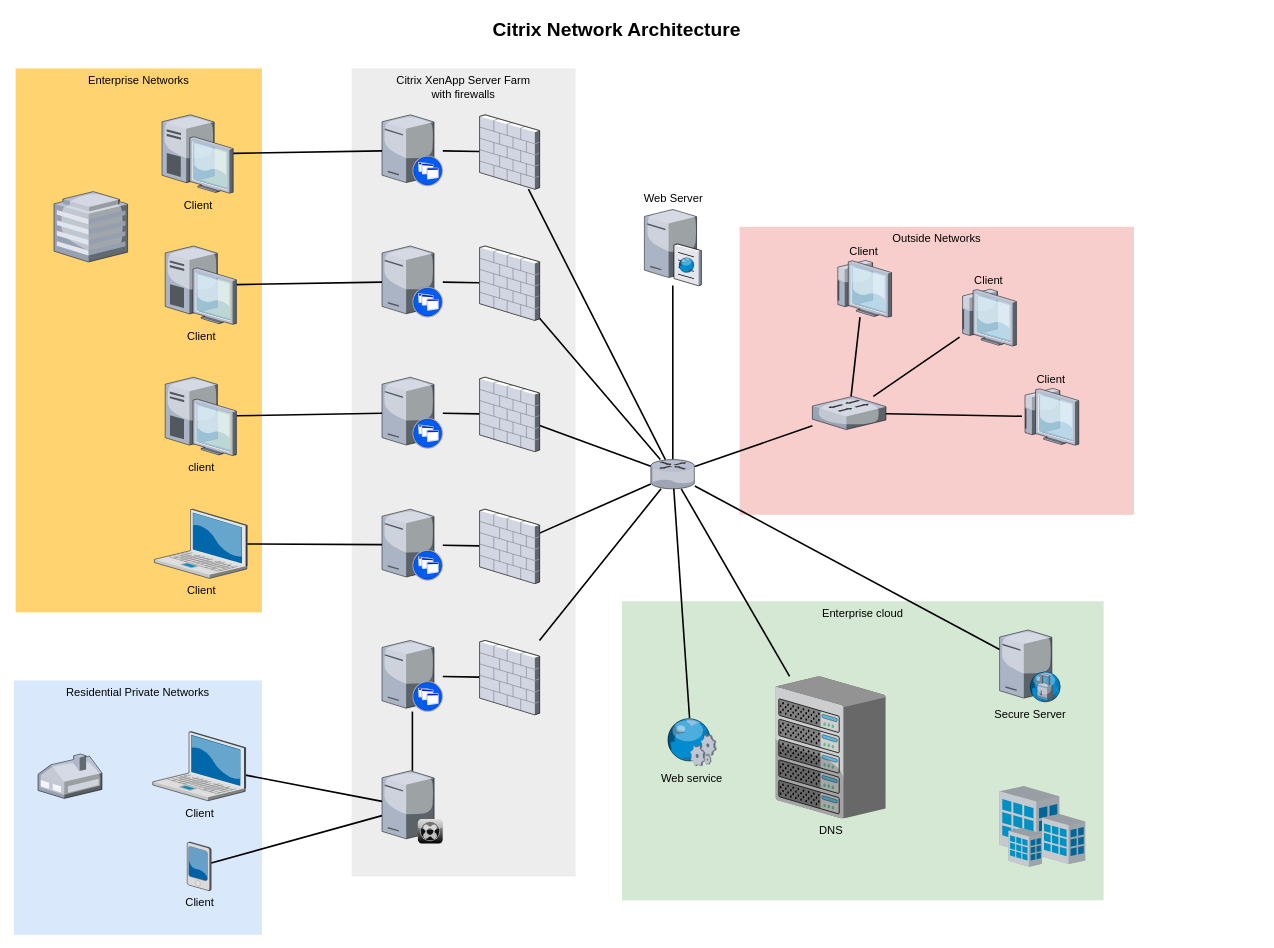
Earlier version of the draw.io diagram Untitled Diagram.drawio (Tamimjabr/security-system-diagram). Source tidied: cells renumbered, new cells numbered last; positions are measured from the earlier drawing's top-left corner, leaving out a move shared by most shapes. Both pictures are drawn from the tidied source at 80%, with x=0, y=0 at pixel (14, 14).
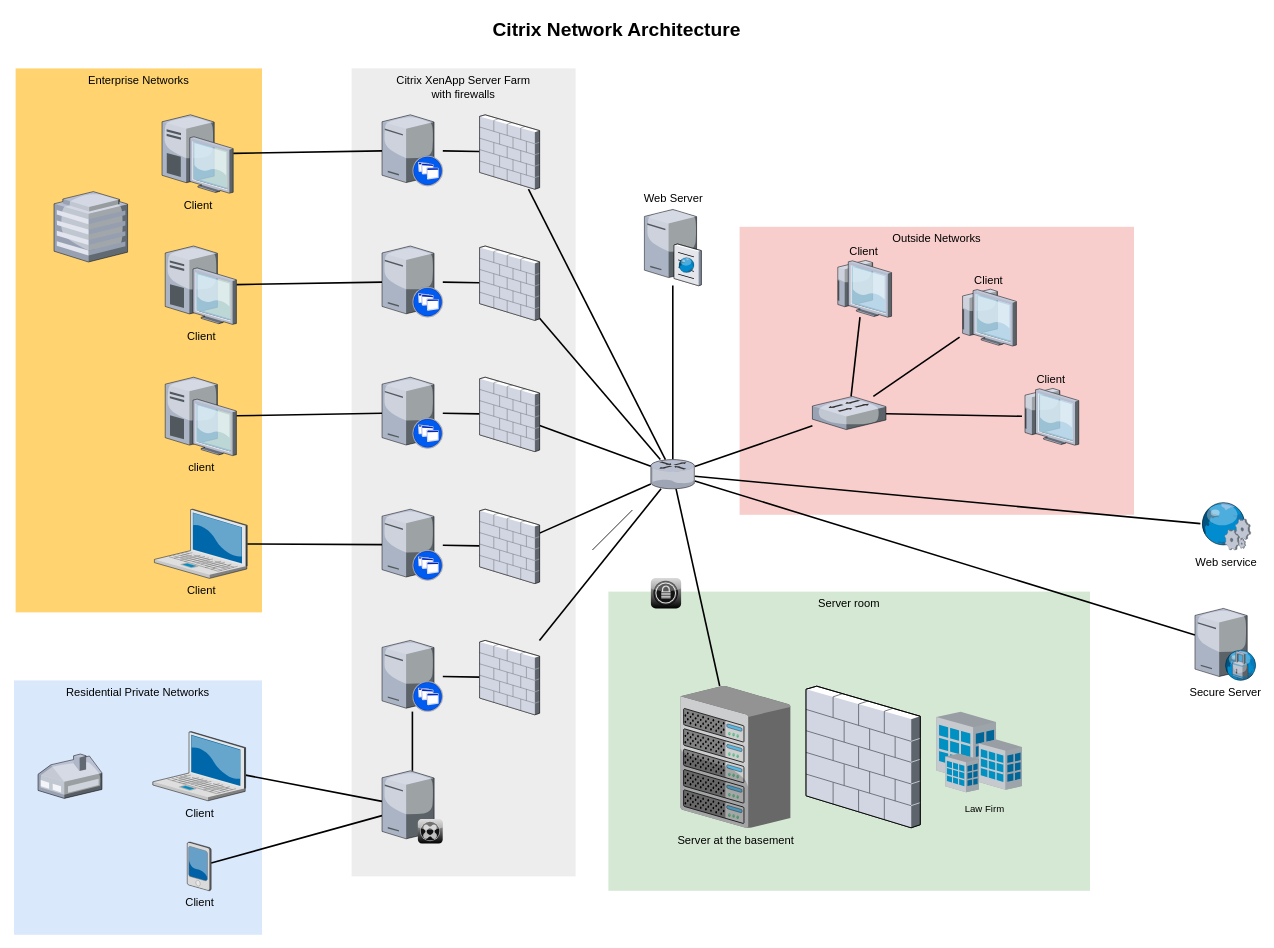
The same page after the edit.

The edit, as a diff of the source:
```diff
@@
-    <mxCell id="3" value="Enterprise cloud" style="whiteSpace=wrap;html=1;fillColor=#d5e8d4;fontSize=14;strokeColor=none;verticalAlign=top;" parent="1" vertex="1">
-      <mxGeometry x="760" y="734" width="602" height="374" as="geometry" />
+    <mxCell id="3" value="Server room" style="whiteSpace=wrap;html=1;fillColor=#d5e8d4;fontSize=14;strokeColor=none;verticalAlign=top;" parent="1" vertex="1">
+      <mxGeometry x="743" y="722" width="602" height="374" as="geometry" />
     </mxCell>
@@
-    <mxCell id="37" value="DNS" style="verticalLabelPosition=bottom;html=1;verticalAlign=top;strokeColor=none;shape=mxgraph.citrix.chassis;fillColor=#66B2FF;gradientColor=#0066CC;fontSize=14;" parent="1" vertex="1">
-      <mxGeometry x="952" y="828" width="137.5" height="177.5" as="geometry" />
+    <mxCell id="37" value="Server at the basement" style="verticalLabelPosition=bottom;html=1;verticalAlign=top;strokeColor=none;shape=mxgraph.citrix.chassis;fillColor=#66B2FF;gradientColor=#0066CC;fontSize=14;" parent="1" vertex="1">
+      <mxGeometry x="833" y="840" width="137.5" height="177.5" as="geometry" />
     </mxCell>
@@
     <mxCell id="50" value="Secure Server" style="verticalLabelPosition=bottom;html=1;verticalAlign=top;strokeColor=none;shape=mxgraph.citrix.proxy_server;fillColor=#66B2FF;gradientColor=#0066CC;fontSize=14;" parent="1" vertex="1">
-      <mxGeometry x="1232" y="770" width="76.5" height="90" as="geometry" />
+      <mxGeometry x="1476.2" y="743" width="76.5" height="90" as="geometry" />
     </mxCell>
@@
     <mxCell id="59" value="Web service" style="verticalLabelPosition=bottom;html=1;verticalAlign=top;strokeColor=none;shape=mxgraph.citrix.web_service;fillColor=#66B2FF;gradientColor=#0066CC;fontSize=14;" parent="1" vertex="1">
-      <mxGeometry x="815" y="880" width="63" height="60" as="geometry" />
+      <mxGeometry x="1483" y="610" width="63" height="60" as="geometry" />
     </mxCell>
     <mxCell id="60" style="verticalLabelPosition=bottom;html=1;verticalAlign=top;strokeColor=none;shape=mxgraph.citrix.site;fillColor=#66B2FF;gradientColor=#0066CC;fontSize=14;" parent="1" vertex="1">
-      <mxGeometry x="1232" y="965" width="107" height="101" as="geometry" />
+      <mxGeometry x="1153" y="872" width="107" height="101" as="geometry" />
     </mxCell>
@@
+    <mxCell id="62" value="Law Firm" style="text;html=1;align=center;verticalAlign=middle;fillColor=none;strokeColor=none;rounded=0;" parent="1" vertex="1">
+      <mxGeometry x="1178" y="983.5" width="70" height="20" as="geometry" />
+    </mxCell>
+    <mxCell id="63" style="verticalLabelPosition=bottom;sketch=0;html=1;verticalAlign=top;strokeColor=none;align=center;shape=mxgraph.citrix.role_secure_access;fillColor=#CCCCCC;gradientColor=#000000;gradientDirection=south;" parent="1" vertex="1">
+      <mxGeometry x="796" y="705" width="38" height="38" as="geometry" />
+    </mxCell>
+    <mxCell id="64" style="verticalLabelPosition=bottom;sketch=0;html=1;verticalAlign=top;strokeColor=none;align=center;shape=mxgraph.citrix.firewall;" parent="1" vertex="1">
+      <mxGeometry x="990.1" y="840.2" width="142.7" height="177" as="geometry" />
+    </mxCell>
+    <mxCell id="65" style="endArrow=none;html=1;rounded=0;" parent="1" edge="1">
+      <mxGeometry relative="1" as="geometry">
+        <mxPoint x="723" y="670" as="sourcePoint" />
+        <mxPoint x="773" y="620" as="targetPoint" />
+      </mxGeometry>
+    </mxCell>
```
